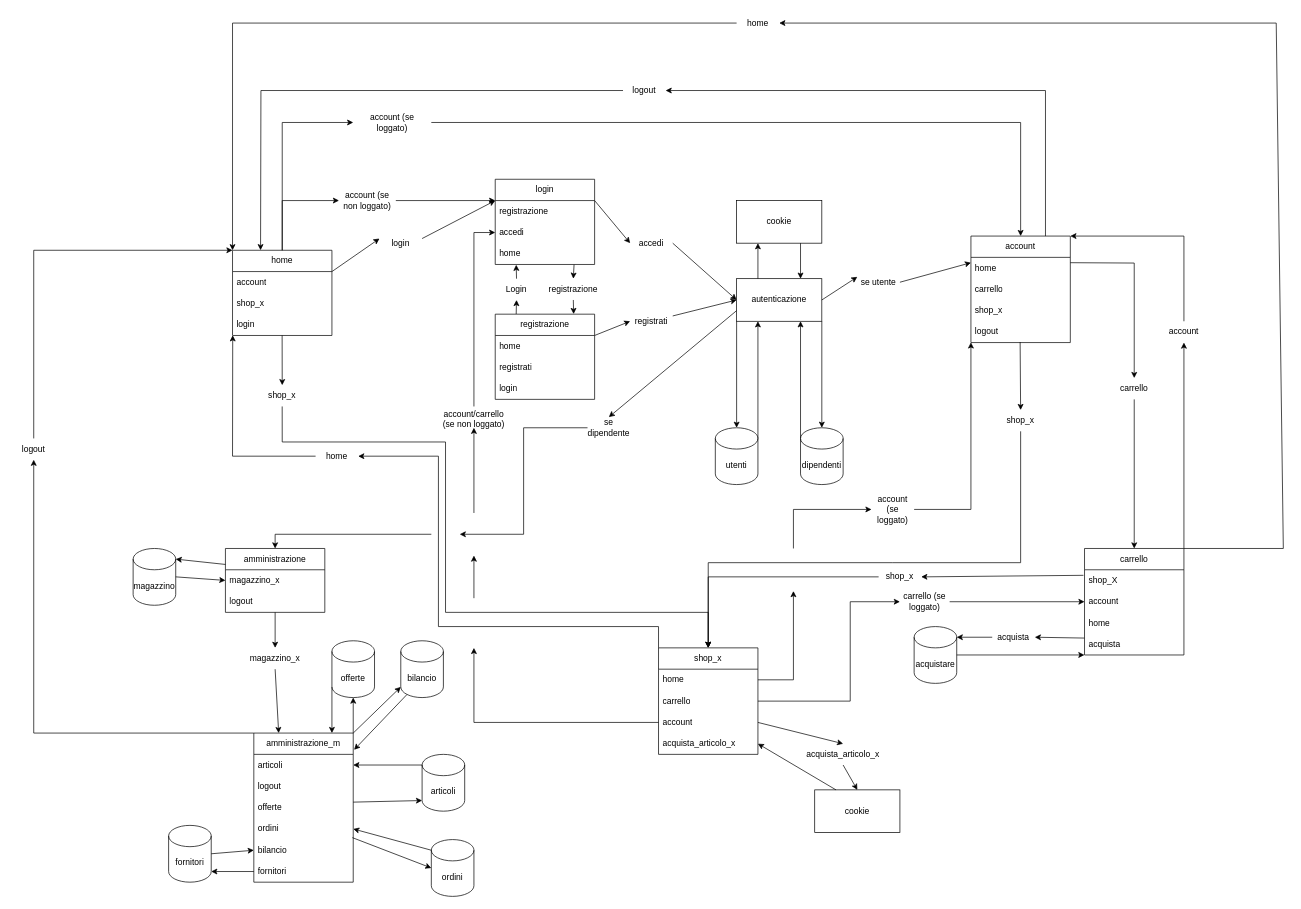
Earlier version of the draw.io diagram Documenti/progettazione_sito.drawio (Bugigio/Negozi-Sportivi). Source tidied: cells renumbered, new cells numbered last; positions are measured from the earlier drawing's top-left corner, leaving out a move shared by most shapes. Both pictures are drawn from the tidied source at 71%, with x=0, y=0 at pixel (12, 12).
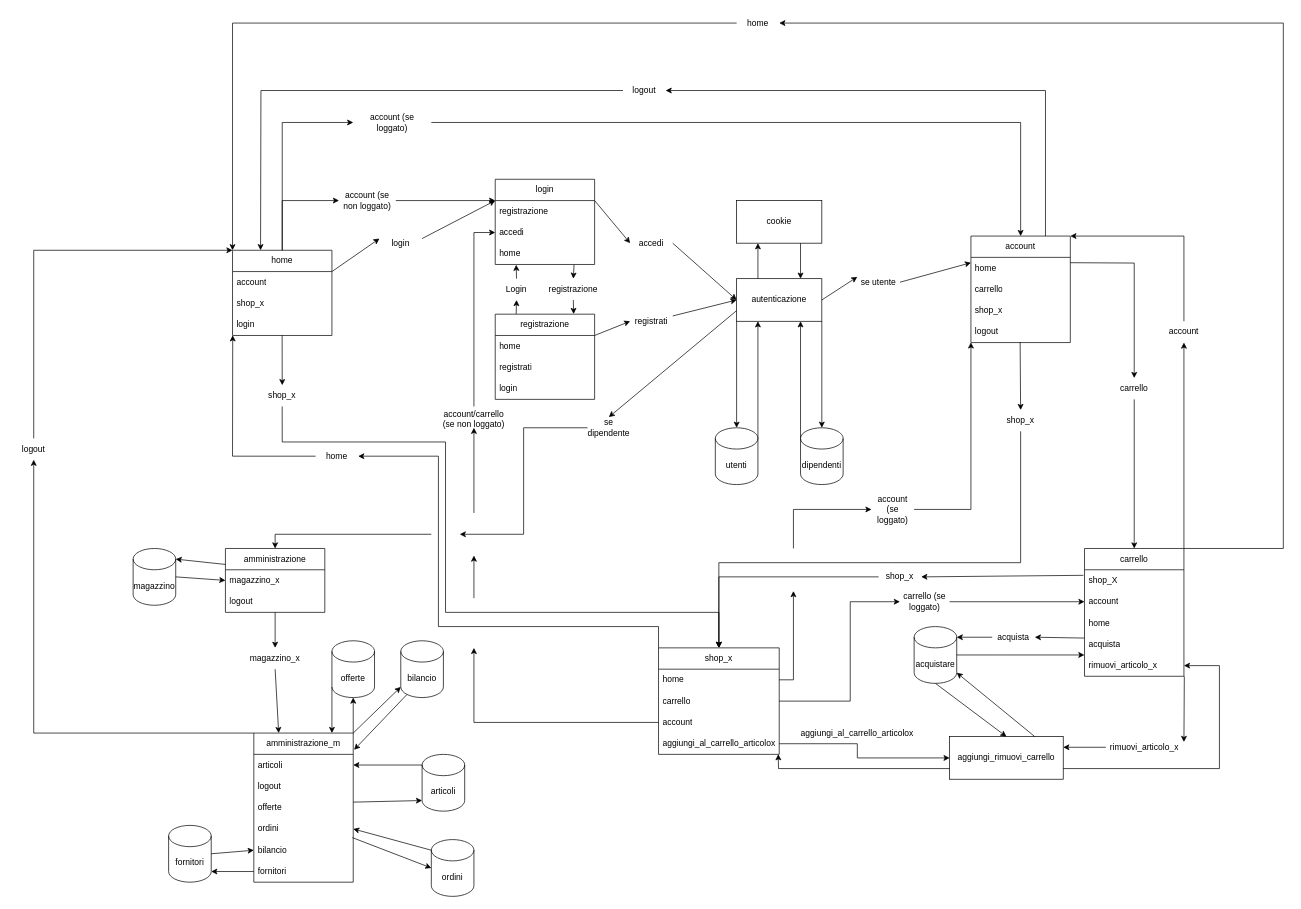
The same diagram, later.

The change refers to these unchanged cells:
```xml
<mxCell id="43" value="acquistare" style="shape=cylinder3;whiteSpace=wrap;html=1;boundedLbl=1;backgroundOutline=1;size=15;" parent="1" vertex="1">
  <mxGeometry x="1270" y="865" width="60" height="80" as="geometry" />
</mxCell>
<mxCell id="74" value="shop_x" style="text;html=1;strokeColor=none;fillColor=none;align=center;verticalAlign=middle;whiteSpace=wrap;rounded=0;" parent="1" vertex="1">
  <mxGeometry x="350" y="525" width="60" height="30" as="geometry" />
</mxCell>
<mxCell id="77" value="shop_x" style="text;html=1;strokeColor=none;fillColor=none;align=center;verticalAlign=middle;whiteSpace=wrap;rounded=0;" parent="1" vertex="1">
  <mxGeometry x="1390" y="560" width="60" height="30" as="geometry" />
</mxCell>
<mxCell id="93" value="shop_x" style="text;html=1;strokeColor=none;fillColor=none;align=center;verticalAlign=middle;whiteSpace=wrap;rounded=0;" parent="1" vertex="1">
  <mxGeometry x="1220" y="780" width="60" height="30" as="geometry" />
</mxCell>
<mxCell id="99" value="home" style="text;html=1;strokeColor=none;fillColor=none;align=center;verticalAlign=middle;whiteSpace=wrap;rounded=0;" parent="1" vertex="1">
  <mxGeometry x="1020" width="60" height="30" as="geometry" />
</mxCell>
```

Diff of the diagram source:
```diff
@@
     <mxCell id="2" value="shop_x" style="swimlane;fontStyle=0;horizontal=1;startSize=30;whiteSpace=wrap;html=1;" parent="1" vertex="1">
-      <mxGeometry x="910" y="895" width="140" height="150" as="geometry" />
+      <mxGeometry x="910" y="895" width="170" height="150" as="geometry" />
     </mxCell>
     <mxCell id="3" value="home" style="text;strokeColor=none;fillColor=none;align=left;verticalAlign=middle;spacingLeft=4;spacingRight=4;overflow=hidden;points=[[0,0.5],[1,0.5]];portConstraint=eastwest;whiteSpace=wrap;html=1;" parent="2" vertex="1">
-      <mxGeometry y="30" width="140" height="30" as="geometry" />
+      <mxGeometry y="30" width="170" height="30" as="geometry" />
     </mxCell>
     <mxCell id="4" value="carrello" style="text;strokeColor=none;fillColor=none;align=left;verticalAlign=middle;spacingLeft=4;spacingRight=4;overflow=hidden;points=[[0,0.5],[1,0.5]];portConstraint=eastwest;whiteSpace=wrap;html=1;" parent="2" vertex="1">
-      <mxGeometry y="60" width="140" height="30" as="geometry" />
+      <mxGeometry y="60" width="170" height="30" as="geometry" />
     </mxCell>
     <mxCell id="5" value="account" style="text;strokeColor=none;fillColor=none;align=left;verticalAlign=middle;spacingLeft=4;spacingRight=4;overflow=hidden;points=[[0,0.5],[1,0.5]];portConstraint=eastwest;whiteSpace=wrap;html=1;" parent="2" vertex="1">
-      <mxGeometry y="90" width="140" height="30" as="geometry" />
+      <mxGeometry y="90" width="170" height="30" as="geometry" />
     </mxCell>
-    <mxCell id="6" value="acquista_articolo_x" style="text;strokeColor=none;fillColor=none;align=left;verticalAlign=middle;spacingLeft=4;spacingRight=4;overflow=hidden;points=[[0,0.5],[1,0.5]];portConstraint=eastwest;whiteSpace=wrap;html=1;" parent="2" vertex="1">
-      <mxGeometry y="120" width="140" height="30" as="geometry" />
+    <mxCell id="6" value="aggiungi_al_carrello_articolox" style="text;strokeColor=none;fillColor=none;align=left;verticalAlign=middle;spacingLeft=4;spacingRight=4;overflow=hidden;points=[[0,0.5],[1,0.5]];portConstraint=eastwest;whiteSpace=wrap;html=1;" parent="2" vertex="1">
+      <mxGeometry y="120" width="170" height="30" as="geometry" />
     </mxCell>
@@
     <mxCell id="20" value="carrello" style="swimlane;fontStyle=0;horizontal=1;startSize=30;whiteSpace=wrap;html=1;" parent="1" vertex="1">
-      <mxGeometry x="1510" y="755" width="140" height="150" as="geometry" />
+      <mxGeometry x="1510" y="755" width="140" height="180" as="geometry" />
     </mxCell>
@@
+    <mxCell id="147" value="rimuovi_articolo_x" style="text;strokeColor=none;fillColor=none;align=left;verticalAlign=middle;spacingLeft=4;spacingRight=4;overflow=hidden;points=[[0,0.5],[1,0.5]];portConstraint=eastwest;whiteSpace=wrap;html=1;" parent="20" vertex="1">
+      <mxGeometry y="150" width="140" height="30" as="geometry" />
+    </mxCell>
@@
     <mxCell id="72" style="endArrow=classic;html=1;rounded=0;entryX=0.5;entryY=0;entryDx=0;entryDy=0;exitX=0.499;exitY=0.999;exitDx=0;exitDy=0;exitPerimeter=0;" parent="1" edge="1" source="74" target="2">
       <mxGeometry relative="1" as="geometry">
         <Array as="points">
           <mxPoint x="380" y="605" />
           <mxPoint x="610" y="605" />
           <mxPoint x="610" y="845" />
-          <mxPoint x="980" y="845" />
+          <mxPoint x="995" y="845" />
         </Array>
       </mxGeometry>
     </mxCell>
@@
     <mxCell id="75" style="endArrow=classic;html=1;rounded=0;entryX=0.5;entryY=0;entryDx=0;entryDy=0;exitX=0.5;exitY=1;exitDx=0;exitDy=0;exitPerimeter=0;" parent="1" edge="1" source="77" target="2">
       <mxGeometry relative="1" as="geometry">
         <Array as="points">
           <mxPoint x="1420" y="775" />
           <mxPoint x="1240" y="775" />
-          <mxPoint x="980" y="775" />
+          <mxPoint x="995" y="775" />
         </Array>
       </mxGeometry>
     </mxCell>
@@
     <mxCell id="91" style="endArrow=classic;html=1;rounded=0;entryX=0.5;entryY=0;entryDx=0;entryDy=0;exitX=0;exitY=0.5;exitDx=0;exitDy=0;" parent="1" edge="1" source="93" target="2">
       <mxGeometry relative="1" as="geometry">
         <Array as="points">
-          <mxPoint x="980" y="795" />
+          <mxPoint x="995" y="795" />
         </Array>
       </mxGeometry>
     </mxCell>
@@
     <mxCell id="98" style="endArrow=classic;html=1;rounded=0;exitX=1;exitY=0;exitDx=0;exitDy=0;entryX=1;entryY=0.5;entryDx=0;entryDy=0;" parent="1" edge="1" source="20" target="99">
       <mxGeometry relative="1" as="geometry">
         <Array as="points">
           <mxPoint x="1790" y="755" />
-          <mxPoint x="1780" y="15" />
+          <mxPoint x="1790" y="15" />
         </Array>
       </mxGeometry>
     </mxCell>
@@
-    <mxCell id="131" value="cookie" style="rounded=0;whiteSpace=wrap;html=1;" parent="1" vertex="1">
-      <mxGeometry x="1130" y="1095" width="120" height="60" as="geometry" />
-    </mxCell>
-    <mxCell id="132" style="endArrow=classic;html=1;rounded=0;entryX=0.5;entryY=0;entryDx=0;entryDy=0;exitX=0.5;exitY=1;exitDx=0;exitDy=0;" parent="1" edge="1" source="135" target="131">
-      <mxGeometry relative="1" as="geometry" />
-    </mxCell>
-    <mxCell id="133" style="endArrow=classic;html=1;rounded=0;entryX=1;entryY=0.5;entryDx=0;entryDy=0;exitX=0.25;exitY=0;exitDx=0;exitDy=0;" parent="1" edge="1" source="131" target="6">
-      <mxGeometry relative="1" as="geometry" />
-    </mxCell>
-    <mxCell id="134" style="endArrow=classic;html=1;rounded=0;entryX=0.5;entryY=0;entryDx=0;entryDy=0;exitX=1;exitY=0.5;exitDx=0;exitDy=0;" parent="1" edge="1" source="5" target="135">
-      <mxGeometry relative="1" as="geometry" />
-    </mxCell>
-    <mxCell id="135" value="acquista_articolo_x" style="text;html=1;strokeColor=none;fillColor=none;align=center;verticalAlign=middle;whiteSpace=wrap;rounded=0;" parent="1" vertex="1">
-      <mxGeometry x="1140" y="1030" width="60" height="30" as="geometry" />
-    </mxCell>
@@
+    <mxCell id="148" value="aggiungi_rimuovi_carrello" style="rounded=0;whiteSpace=wrap;html=1;" parent="1" vertex="1">
+      <mxGeometry x="1320" y="1020" width="160" height="60" as="geometry" />
+    </mxCell>
+    <mxCell id="149" style="endArrow=classic;html=1;rounded=0;entryX=0;entryY=0.5;entryDx=0;entryDy=0;exitX=1;exitY=0.5;exitDx=0;exitDy=0;" parent="1" edge="1" source="6" target="148">
+      <mxGeometry relative="1" as="geometry">
+        <Array as="points">
+          <mxPoint x="1190" y="1030" />
+          <mxPoint x="1190" y="1050" />
+        </Array>
+      </mxGeometry>
+    </mxCell>
+    <mxCell id="150" style="endArrow=classic;html=1;rounded=0;entryX=0.992;entryY=0.991;entryDx=0;entryDy=0;entryPerimeter=0;exitX=0;exitY=0.75;exitDx=0;exitDy=0;" parent="1" edge="1" source="148" target="6">
+      <mxGeometry relative="1" as="geometry">
+        <Array as="points">
+          <mxPoint x="1079" y="1065" />
+        </Array>
+      </mxGeometry>
+    </mxCell>
+    <mxCell id="151" value="aggiungi_al_carrello_articolox" style="text;html=1;strokeColor=none;fillColor=none;align=center;verticalAlign=middle;whiteSpace=wrap;rounded=0;" parent="1" vertex="1">
+      <mxGeometry x="1160" y="1000" width="60" height="30" as="geometry" />
+    </mxCell>
+    <mxCell id="152" style="endArrow=classic;html=1;rounded=0;exitX=0;exitY=0.5;exitDx=0;exitDy=0;entryX=1;entryY=0.25;entryDx=0;entryDy=0;" parent="1" edge="1" source="154" target="148">
+      <mxGeometry relative="1" as="geometry" />
+    </mxCell>
+    <mxCell id="153" style="endArrow=classic;html=1;rounded=0;exitX=1.004;exitY=1.005;exitDx=0;exitDy=0;exitPerimeter=0;entryX=1;entryY=0.25;entryDx=0;entryDy=0;" parent="1" edge="1" source="147" target="154">
+      <mxGeometry relative="1" as="geometry" />
+    </mxCell>
+    <mxCell id="154" value="rimuovi_articolo_x" style="text;strokeColor=none;fillColor=none;align=left;verticalAlign=middle;spacingLeft=4;spacingRight=4;overflow=hidden;points=[[0,0.5],[1,0.5]];portConstraint=eastwest;whiteSpace=wrap;html=1;" parent="1" vertex="1">
+      <mxGeometry x="1540" y="1020" width="110" height="30" as="geometry" />
+    </mxCell>
+    <mxCell id="155" style="endArrow=classic;html=1;rounded=0;exitX=1;exitY=0.75;exitDx=0;exitDy=0;entryX=1;entryY=0.5;entryDx=0;entryDy=0;" parent="1" edge="1" source="148" target="147">
+      <mxGeometry relative="1" as="geometry">
+        <Array as="points">
+          <mxPoint x="1700" y="1065" />
+          <mxPoint x="1700" y="920" />
+        </Array>
+      </mxGeometry>
+    </mxCell>
+    <mxCell id="156" style="endArrow=classic;html=1;rounded=0;exitX=0.75;exitY=0;exitDx=0;exitDy=0;entryX=1;entryY=1;entryDx=0;entryDy=-15;entryPerimeter=0;" parent="1" edge="1" source="148" target="43">
+      <mxGeometry relative="1" as="geometry" />
+    </mxCell>
+    <mxCell id="157" style="endArrow=classic;html=1;rounded=0;entryX=0.5;entryY=0;entryDx=0;entryDy=0;exitX=0.5;exitY=1;exitDx=0;exitDy=0;exitPerimeter=0;" parent="1" edge="1" source="43" target="148">
+      <mxGeometry relative="1" as="geometry" />
+    </mxCell>
```
